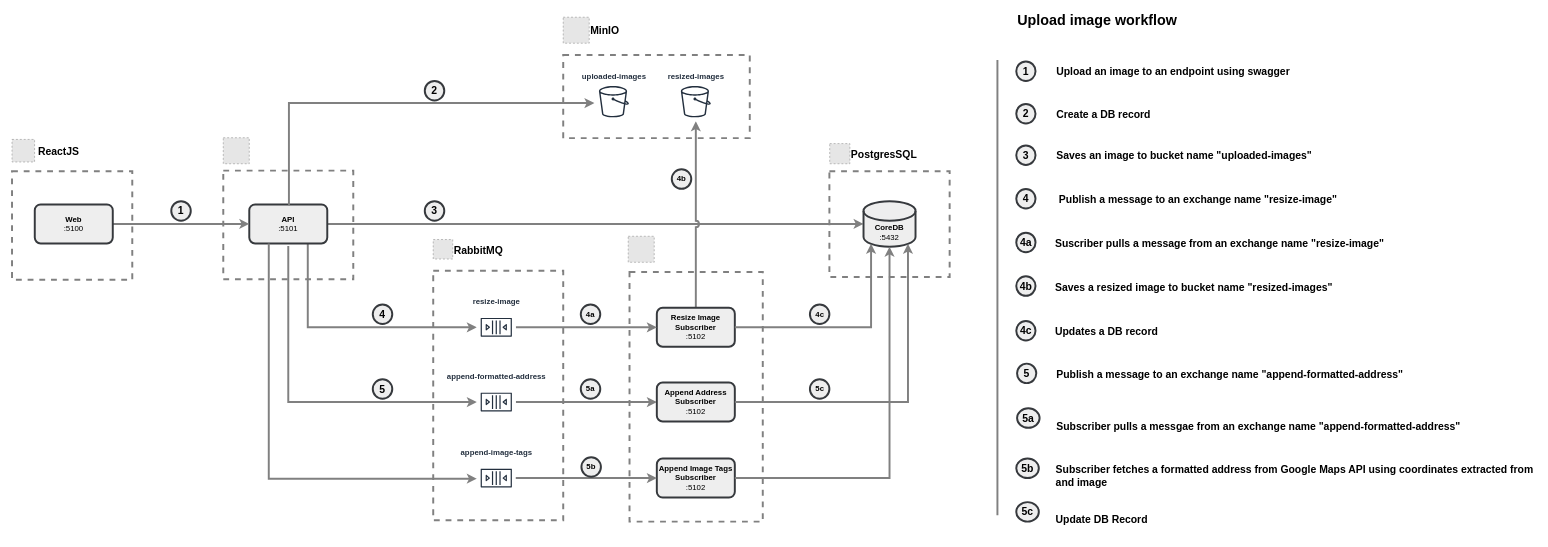
k8sforum/intro-to-k8s keeps this draw.io diagram as page "Application Architecture" (1 of 11) of drawio/architecture.drawio. Above is the earlier version. Source tidied: cells renumbered, new cells numbered last; positions are measured from the earlier drawing's top-left corner, leaving out a move shared by most shapes. Both pictures are drawn from the tidied source at 65%, with x=0, y=0 at pixel (12, 11). Pictures stored in the file or linked from it are replaced by grey dashed boxes.
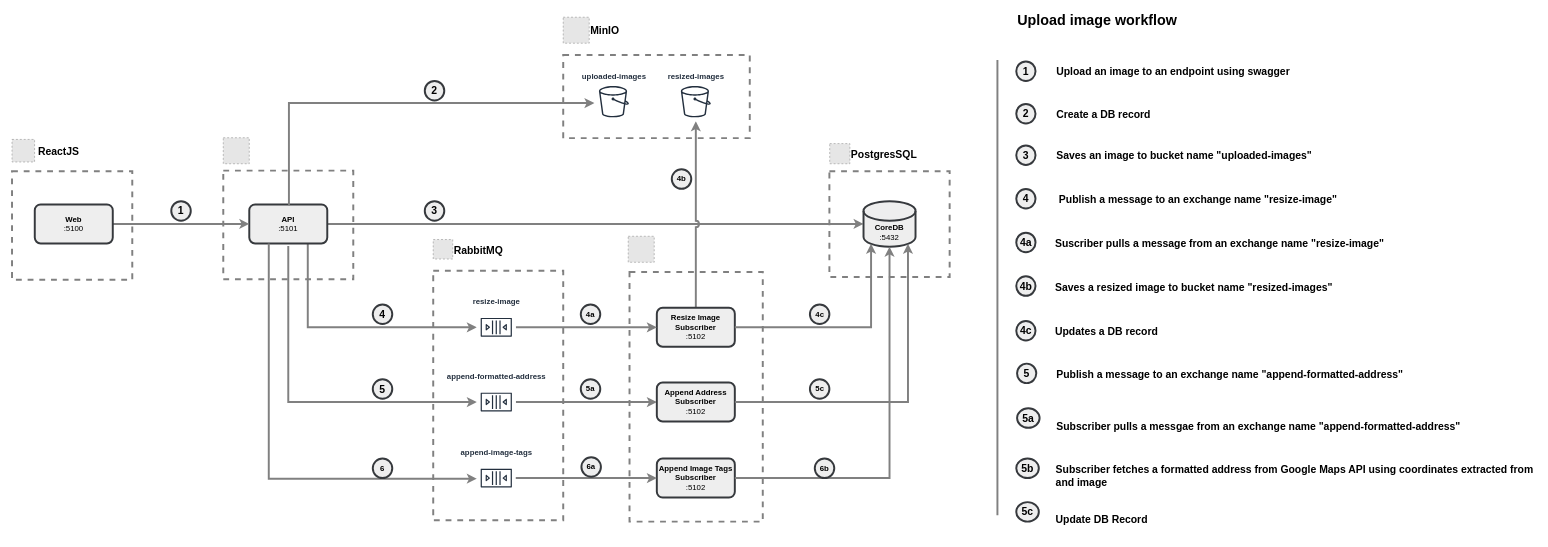
After the change.

The edit, as a diff of the source:
```diff
@@
-    <mxCell id="42" value="&lt;b&gt;5b&lt;/b&gt;" style="ellipse;whiteSpace=wrap;html=1;fillColor=#eeeeee;strokeColor=#36393d;strokeWidth=3;" parent="1" vertex="1">
+    <mxCell id="42" value="&lt;b&gt;6a&lt;/b&gt;" style="ellipse;whiteSpace=wrap;html=1;fillColor=#eeeeee;strokeColor=#36393d;strokeWidth=3;" parent="1" vertex="1">
       <mxGeometry x="876" y="686" width="30" height="30" as="geometry" />
     </mxCell>
@@
+    <mxCell id="87" value="&lt;b&gt;6&lt;/b&gt;" style="ellipse;whiteSpace=wrap;html=1;fillColor=#eeeeee;strokeColor=#36393d;strokeWidth=3;" parent="1" vertex="1">
+      <mxGeometry x="555" y="688" width="30" height="30" as="geometry" />
+    </mxCell>
+    <mxCell id="88" value="&lt;b&gt;6b&lt;/b&gt;" style="ellipse;whiteSpace=wrap;html=1;fillColor=#eeeeee;strokeColor=#36393d;strokeWidth=3;" parent="1" vertex="1">
+      <mxGeometry x="1235" y="688" width="30" height="30" as="geometry" />
+    </mxCell>
```
